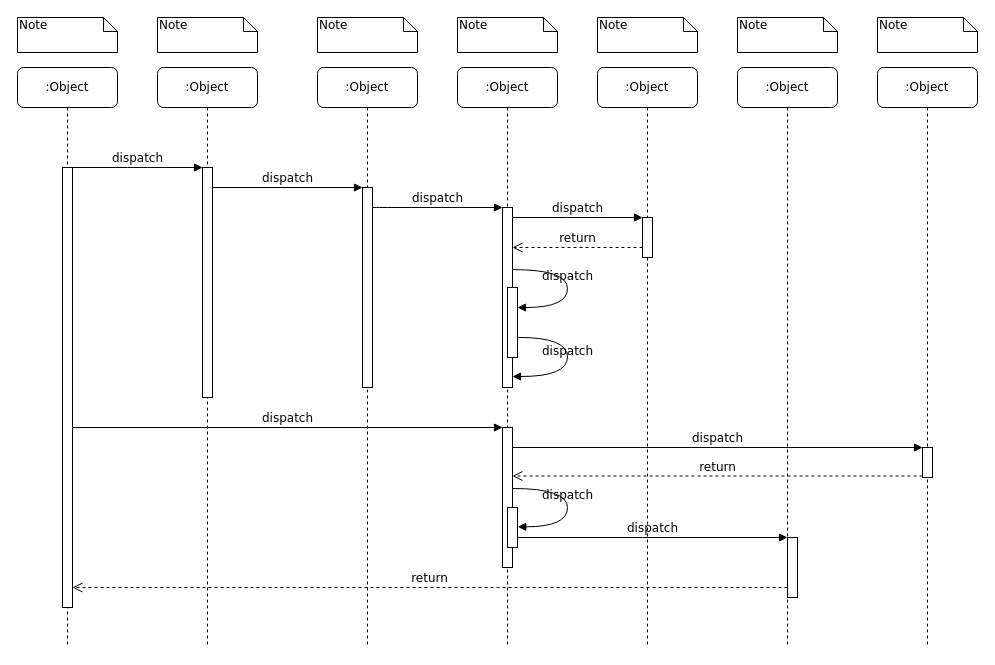
Above: Untitled Diagram.drawio in luyuandeng/drawio (draw.io), before the change. Source tidied: cells renumbered, new cells numbered last; positions are measured from the earlier drawing's top-left corner, leaving out a move shared by most shapes. Both pictures are drawn from the tidied source at 100%, with x=0, y=0 at pixel (17, 17).
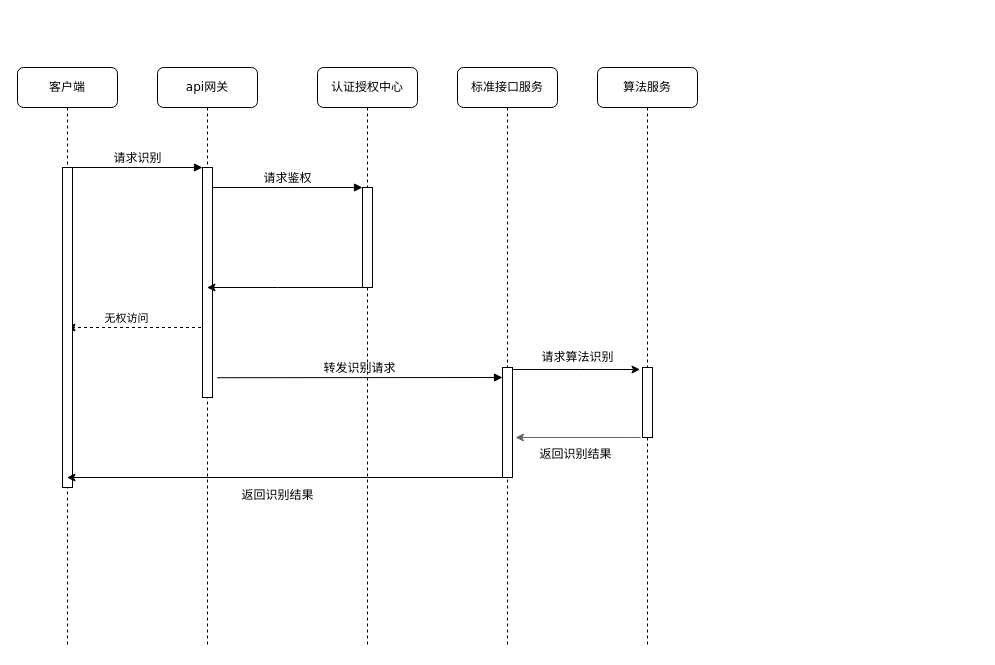
The same page after the edit.

The change refers to these unchanged cells:
```xml
<mxCell id="3" style="html=1;points=[];perimeter=orthogonalPerimeter;rounded=0;shadow=0;comic=0;labelBackgroundColor=none;strokeWidth=1;fontFamily=Verdana;fontSize=12;align=center;" parent="2" vertex="1">
  <mxGeometry x="45" y="100" width="10" height="230" as="geometry" />
</mxCell>
```

Change to the diagram source:
```diff
@@
+    <mxCell id="39" style="edgeStyle=orthogonalEdgeStyle;rounded=0;jettySize=auto;html=1;dashed=1;" parent="1" edge="1" source="2" target="10">
+      <mxGeometry relative="1" as="geometry">
+        <Array as="points">
+          <mxPoint x="130" y="310" />
+          <mxPoint x="130" y="310" />
+        </Array>
+      </mxGeometry>
+    </mxCell>
+    <mxCell id="40" value="无权访问" style="edgeLabel;html=1;align=center;verticalAlign=middle;" parent="39" vertex="1">
+      <mxGeometry x="0.15" y="-4" relative="1" as="geometry">
+        <mxPoint y="-6" as="offset" />
+      </mxGeometry>
+    </mxCell>
-    <mxCell id="2" value=":Object" style="shape=umlLifeline;perimeter=lifelinePerimeter;whiteSpace=wrap;html=1;outlineConnect=0;rounded=1;shadow=0;comic=0;labelBackgroundColor=none;strokeWidth=1;fontFamily=Verdana;fontSize=12;align=center;" parent="1" vertex="1">
+    <mxCell id="2" value="api网关" style="shape=umlLifeline;perimeter=lifelinePerimeter;whiteSpace=wrap;html=1;outlineConnect=0;rounded=1;shadow=0;comic=0;labelBackgroundColor=none;strokeWidth=1;fontFamily=Verdana;fontSize=12;align=center;" parent="1" vertex="1">
       <mxGeometry x="140" y="50" width="100" height="580" as="geometry" />
     </mxCell>
@@
-    <mxCell id="4" value=":Object" style="shape=umlLifeline;perimeter=lifelinePerimeter;whiteSpace=wrap;html=1;rounded=1;shadow=0;comic=0;labelBackgroundColor=none;strokeWidth=1;fontFamily=Verdana;fontSize=12;align=center;" parent="1" vertex="1">
+    <mxCell id="4" value="认证授权中心" style="shape=umlLifeline;perimeter=lifelinePerimeter;whiteSpace=wrap;html=1;rounded=1;shadow=0;comic=0;labelBackgroundColor=none;strokeWidth=1;fontFamily=Verdana;fontSize=12;align=center;" parent="1" vertex="1">
       <mxGeometry x="300" y="50" width="100" height="580" as="geometry" />
     </mxCell>
     <mxCell id="5" style="html=1;points=[];perimeter=orthogonalPerimeter;rounded=0;shadow=0;comic=0;labelBackgroundColor=none;strokeWidth=1;fontFamily=Verdana;fontSize=12;align=center;" parent="4" vertex="1">
-      <mxGeometry x="45" y="120" width="10" height="200" as="geometry" />
+      <mxGeometry x="45" y="120" width="10" height="100" as="geometry" />
     </mxCell>
-    <mxCell id="6" value=":Object" style="shape=umlLifeline;perimeter=lifelinePerimeter;whiteSpace=wrap;html=1;rounded=1;shadow=0;comic=0;labelBackgroundColor=none;strokeWidth=1;fontFamily=Verdana;fontSize=12;align=center;" parent="1" vertex="1">
+    <mxCell id="6" value="标准接口服务" style="shape=umlLifeline;perimeter=lifelinePerimeter;whiteSpace=wrap;html=1;rounded=1;shadow=0;comic=0;labelBackgroundColor=none;strokeWidth=1;fontFamily=Verdana;fontSize=12;align=center;" parent="1" vertex="1">
       <mxGeometry x="440" y="50" width="100" height="580" as="geometry" />
     </mxCell>
-    <mxCell id="7" value=":Object" style="shape=umlLifeline;perimeter=lifelinePerimeter;whiteSpace=wrap;html=1;rounded=1;shadow=0;comic=0;labelBackgroundColor=none;strokeWidth=1;fontFamily=Verdana;fontSize=12;align=center;" parent="1" vertex="1">
+    <mxCell id="7" value="算法服务" style="shape=umlLifeline;perimeter=lifelinePerimeter;whiteSpace=wrap;html=1;rounded=1;shadow=0;comic=0;labelBackgroundColor=none;strokeWidth=1;fontFamily=Verdana;fontSize=12;align=center;" parent="1" vertex="1">
       <mxGeometry x="580" y="50" width="100" height="580" as="geometry" />
     </mxCell>
-    <mxCell id="8" value=":Object" style="shape=umlLifeline;perimeter=lifelinePerimeter;whiteSpace=wrap;html=1;rounded=1;shadow=0;comic=0;labelBackgroundColor=none;strokeWidth=1;fontFamily=Verdana;fontSize=12;align=center;" parent="1" vertex="1">
-      <mxGeometry x="720" y="50" width="100" height="580" as="geometry" />
-    </mxCell>
-    <mxCell id="9" value=":Object" style="shape=umlLifeline;perimeter=lifelinePerimeter;whiteSpace=wrap;html=1;rounded=1;shadow=0;comic=0;labelBackgroundColor=none;strokeWidth=1;fontFamily=Verdana;fontSize=12;align=center;" parent="1" vertex="1">
-      <mxGeometry x="860" y="50" width="100" height="580" as="geometry" />
-    </mxCell>
-    <mxCell id="10" value=":Object" style="shape=umlLifeline;perimeter=lifelinePerimeter;whiteSpace=wrap;html=1;outlineConnect=0;rounded=1;shadow=0;comic=0;labelBackgroundColor=none;strokeWidth=1;fontFamily=Verdana;fontSize=12;align=center;" parent="1" vertex="1">
+    <mxCell id="10" value="客户端" style="shape=umlLifeline;perimeter=lifelinePerimeter;whiteSpace=wrap;html=1;outlineConnect=0;rounded=1;shadow=0;comic=0;labelBackgroundColor=none;strokeWidth=1;fontFamily=Verdana;fontSize=12;align=center;" parent="1" vertex="1">
       <mxGeometry y="50" width="100" height="580" as="geometry" />
     </mxCell>
     <mxCell id="11" style="html=1;points=[];perimeter=orthogonalPerimeter;rounded=0;shadow=0;comic=0;labelBackgroundColor=none;strokeWidth=1;fontFamily=Verdana;fontSize=12;align=center;" parent="10" vertex="1">
-      <mxGeometry x="45" y="100" width="10" height="440" as="geometry" />
+      <mxGeometry x="45" y="100" width="10" height="320" as="geometry" />
     </mxCell>
+    <mxCell id="41" style="edgeStyle=orthogonalEdgeStyle;rounded=0;orthogonalLoop=1;jettySize=auto;html=1;" parent="1" edge="1">
+      <mxGeometry relative="1" as="geometry">
+        <mxPoint x="493" y="352" as="sourcePoint" />
+        <mxPoint x="622.5" y="352" as="targetPoint" />
+        <Array as="points">
+          <mxPoint x="563" y="352" />
+          <mxPoint x="563" y="352" />
+        </Array>
+      </mxGeometry>
+    </mxCell>
+    <mxCell id="42" style="edgeStyle=orthogonalEdgeStyle;rounded=0;jettySize=auto;html=1;" parent="1" edge="1" source="12" target="10">
+      <mxGeometry relative="1" as="geometry">
+        <Array as="points">
+          <mxPoint x="350" y="460" />
+          <mxPoint x="350" y="460" />
+        </Array>
+      </mxGeometry>
+    </mxCell>
     <mxCell id="12" style="html=1;points=[];perimeter=orthogonalPerimeter;rounded=0;shadow=0;comic=0;labelBackgroundColor=none;strokeWidth=1;fontFamily=Verdana;fontSize=12;align=center;" parent="1" vertex="1">
-      <mxGeometry x="485" y="190" width="10" height="180" as="geometry" />
+      <mxGeometry x="485" y="350" width="10" height="110" as="geometry" />
     </mxCell>
-    <mxCell id="13" value="dispatch" style="html=1;verticalAlign=bottom;endArrow=block;labelBackgroundColor=none;fontFamily=Verdana;fontSize=12;edgeStyle=elbowEdgeStyle;elbow=vertical;" parent="1" edge="1" source="5" target="12">
+    <mxCell id="13" value="转发识别请求" style="html=1;verticalAlign=bottom;endArrow=block;labelBackgroundColor=none;fontFamily=Verdana;fontSize=12;edgeStyle=elbowEdgeStyle;elbow=vertical;exitX=1.46;exitY=0.914;exitDx=0;exitDy=0;exitPerimeter=0;" parent="1" edge="1" source="3" target="12">
       <mxGeometry relative="1" as="geometry">
         <Array as="points">
+          <mxPoint x="200" y="360" />
+          <mxPoint x="280" y="370" />
+          <mxPoint x="300" y="340" />
+          <mxPoint x="190" y="340" />
           <mxPoint x="360" y="190" />
         </Array>
       </mxGeometry>
     </mxCell>
+    <mxCell id="43" style="edgeStyle=orthogonalEdgeStyle;rounded=0;orthogonalLoop=1;jettySize=auto;html=1;fillColor=#f5f5f5;strokeColor=#666666;" parent="1" edge="1">
+      <mxGeometry relative="1" as="geometry">
+        <mxPoint x="623" y="420" as="sourcePoint" />
+        <mxPoint x="498" y="420" as="targetPoint" />
+        <Array as="points">
+          <mxPoint x="608" y="420" />
+          <mxPoint x="608" y="420" />
+        </Array>
+      </mxGeometry>
+    </mxCell>
     <mxCell id="14" style="html=1;points=[];perimeter=orthogonalPerimeter;rounded=0;shadow=0;comic=0;labelBackgroundColor=none;strokeWidth=1;fontFamily=Verdana;fontSize=12;align=center;" parent="1" vertex="1">
-      <mxGeometry x="625" y="200" width="10" height="40" as="geometry" />
+      <mxGeometry x="625" y="350" width="10" height="70" as="geometry" />
     </mxCell>
-    <mxCell id="15" value="dispatch" style="html=1;verticalAlign=bottom;endArrow=block;entryX=0;entryY=0;labelBackgroundColor=none;fontFamily=Verdana;fontSize=12;edgeStyle=elbowEdgeStyle;elbow=vertical;" parent="1" edge="1" source="12" target="14">
-      <mxGeometry relative="1" as="geometry" />
-    </mxCell>
-    <mxCell id="16" value="return" style="html=1;verticalAlign=bottom;endArrow=open;dashed=1;endSize=8;labelBackgroundColor=none;fontFamily=Verdana;fontSize=12;edgeStyle=elbowEdgeStyle;elbow=vertical;" parent="1" edge="1" source="14" target="12">
-      <mxGeometry relative="1" as="geometry">
-        <Array as="points">
-          <mxPoint x="570" y="230" />
-          <mxPoint x="600" y="230" />
-        </Array>
-      </mxGeometry>
-    </mxCell>
-    <mxCell id="17" style="html=1;points=[];perimeter=orthogonalPerimeter;rounded=0;shadow=0;comic=0;labelBackgroundColor=none;strokeWidth=1;fontFamily=Verdana;fontSize=12;align=center;" parent="1" vertex="1">
-      <mxGeometry x="485" y="410" width="10" height="140" as="geometry" />
-    </mxCell>
-    <mxCell id="18" value="dispatch" style="html=1;verticalAlign=bottom;endArrow=block;entryX=0;entryY=0;labelBackgroundColor=none;fontFamily=Verdana;fontSize=12;" parent="1" edge="1" source="11" target="17">
-      <mxGeometry relative="1" as="geometry" />
-    </mxCell>
-    <mxCell id="19" style="html=1;points=[];perimeter=orthogonalPerimeter;rounded=0;shadow=0;comic=0;labelBackgroundColor=none;strokeColor=#000000;strokeWidth=1;fillColor=#FFFFFF;fontFamily=Verdana;fontSize=12;fontColor=#000000;align=center;" parent="1" vertex="1">
-      <mxGeometry x="905" y="430" width="10" height="30" as="geometry" />
-    </mxCell>
-    <mxCell id="20" value="dispatch" style="html=1;verticalAlign=bottom;endArrow=block;entryX=0;entryY=0;labelBackgroundColor=none;fontFamily=Verdana;fontSize=12;" parent="1" edge="1" source="17" target="19">
-      <mxGeometry relative="1" as="geometry" />
-    </mxCell>
-    <mxCell id="21" value="return" style="html=1;verticalAlign=bottom;endArrow=open;dashed=1;endSize=8;exitX=0;exitY=0.95;labelBackgroundColor=none;fontFamily=Verdana;fontSize=12;" parent="1" edge="1" source="19" target="17">
-      <mxGeometry relative="1" as="geometry" />
-    </mxCell>
-    <mxCell id="22" style="html=1;points=[];perimeter=orthogonalPerimeter;rounded=0;shadow=0;comic=0;labelBackgroundColor=none;strokeWidth=1;fontFamily=Verdana;fontSize=12;align=center;" parent="1" vertex="1">
-      <mxGeometry x="770" y="520" width="10" height="60" as="geometry" />
-    </mxCell>
-    <mxCell id="23" value="dispatch" style="html=1;verticalAlign=bottom;endArrow=block;entryX=0;entryY=0;labelBackgroundColor=none;fontFamily=Verdana;fontSize=12;edgeStyle=elbowEdgeStyle;elbow=vertical;" parent="1" edge="1" source="30" target="22">
-      <mxGeometry relative="1" as="geometry" />
-    </mxCell>
-    <mxCell id="24" value="return" style="html=1;verticalAlign=bottom;endArrow=open;dashed=1;endSize=8;labelBackgroundColor=none;fontFamily=Verdana;fontSize=12;edgeStyle=elbowEdgeStyle;elbow=vertical;" parent="1" edge="1" source="22" target="11">
-      <mxGeometry relative="1" as="geometry">
-        <Array as="points">
-          <mxPoint x="470" y="570" />
-        </Array>
-      </mxGeometry>
-    </mxCell>
-    <mxCell id="25" value="dispatch" style="html=1;verticalAlign=bottom;endArrow=block;entryX=0;entryY=0;labelBackgroundColor=none;fontFamily=Verdana;fontSize=12;edgeStyle=elbowEdgeStyle;elbow=vertical;" parent="1" edge="1" source="11" target="3">
+    <mxCell id="25" value="请求识别" style="html=1;verticalAlign=bottom;endArrow=block;entryX=0;entryY=0;labelBackgroundColor=none;fontFamily=Verdana;fontSize=12;edgeStyle=elbowEdgeStyle;elbow=vertical;" parent="1" edge="1" source="11" target="3">
       <mxGeometry relative="1" as="geometry" />
     </mxCell>
-    <mxCell id="26" value="dispatch" style="html=1;verticalAlign=bottom;endArrow=block;entryX=0;entryY=0;labelBackgroundColor=none;fontFamily=Verdana;fontSize=12;edgeStyle=elbowEdgeStyle;elbow=vertical;" parent="1" edge="1" source="3" target="5">
+    <mxCell id="26" value="请求鉴权" style="html=1;verticalAlign=bottom;endArrow=block;entryX=0;entryY=0;labelBackgroundColor=none;fontFamily=Verdana;fontSize=12;edgeStyle=elbowEdgeStyle;elbow=vertical;" parent="1" edge="1" source="3" target="5">
       <mxGeometry relative="1" as="geometry" />
     </mxCell>
-    <mxCell id="27" style="html=1;points=[];perimeter=orthogonalPerimeter;rounded=0;shadow=0;comic=0;labelBackgroundColor=none;strokeWidth=1;fontFamily=Verdana;fontSize=12;align=center;" parent="1" vertex="1">
-      <mxGeometry x="490" y="270" width="10" height="70" as="geometry" />
-    </mxCell>
-    <mxCell id="28" value="dispatch" style="html=1;verticalAlign=bottom;endArrow=block;labelBackgroundColor=none;fontFamily=Verdana;fontSize=12;elbow=vertical;edgeStyle=orthogonalEdgeStyle;curved=1;entryX=1;entryY=0.286;entryPerimeter=0;exitX=1.038;exitY=0.345;exitPerimeter=0;" parent="1" edge="1" source="12" target="27">
-      <mxGeometry relative="1" as="geometry">
-        <Array as="points">
-          <mxPoint x="550" y="252" />
-          <mxPoint x="550" y="290" />
-        </Array>
-      </mxGeometry>
-    </mxCell>
-    <mxCell id="29" value="dispatch" style="html=1;verticalAlign=bottom;endArrow=block;labelBackgroundColor=none;fontFamily=Verdana;fontSize=12;elbow=vertical;edgeStyle=orthogonalEdgeStyle;curved=1;exitX=1.066;exitY=0.713;exitPerimeter=0;" parent="1" edge="1" source="27">
-      <mxGeometry relative="1" as="geometry">
-        <mxPoint x="495" y="359" as="targetPoint" />
-        <Array as="points">
-          <mxPoint x="550" y="320" />
-          <mxPoint x="550" y="359" />
-        </Array>
-      </mxGeometry>
-    </mxCell>
-    <mxCell id="30" style="html=1;points=[];perimeter=orthogonalPerimeter;rounded=0;shadow=0;comic=0;labelBackgroundColor=none;strokeWidth=1;fontFamily=Verdana;fontSize=12;align=center;" parent="1" vertex="1">
-      <mxGeometry x="490" y="490" width="10" height="40" as="geometry" />
-    </mxCell>
-    <mxCell id="31" value="dispatch" style="html=1;verticalAlign=bottom;endArrow=block;labelBackgroundColor=none;fontFamily=Verdana;fontSize=12;elbow=vertical;edgeStyle=orthogonalEdgeStyle;curved=1;entryX=1;entryY=0.286;entryPerimeter=0;exitX=1.038;exitY=0.345;exitPerimeter=0;" parent="1" edge="1">
-      <mxGeometry relative="1" as="geometry">
-        <mxPoint x="495.3" y="471" as="sourcePoint" />
-        <mxPoint x="500.3" y="509.3" as="targetPoint" />
-        <Array as="points">
-          <mxPoint x="550" y="471" />
-          <mxPoint x="550" y="509" />
-        </Array>
-      </mxGeometry>
-    </mxCell>
-    <mxCell id="32" value="Note" style="shape=note;whiteSpace=wrap;html=1;size=14;verticalAlign=top;align=left;spacingTop=-6;rounded=0;shadow=0;comic=0;labelBackgroundColor=none;strokeWidth=1;fontFamily=Verdana;fontSize=12;" parent="1" vertex="1">
-      <mxGeometry width="100" height="35" as="geometry" />
-    </mxCell>
-    <mxCell id="33" value="Note" style="shape=note;whiteSpace=wrap;html=1;size=14;verticalAlign=top;align=left;spacingTop=-6;rounded=0;shadow=0;comic=0;labelBackgroundColor=none;strokeWidth=1;fontFamily=Verdana;fontSize=12;" parent="1" vertex="1">
-      <mxGeometry x="140" width="100" height="35" as="geometry" />
-    </mxCell>
-    <mxCell id="34" value="Note" style="shape=note;whiteSpace=wrap;html=1;size=14;verticalAlign=top;align=left;spacingTop=-6;rounded=0;shadow=0;comic=0;labelBackgroundColor=none;strokeWidth=1;fontFamily=Verdana;fontSize=12;" parent="1" vertex="1">
-      <mxGeometry x="300" width="100" height="35" as="geometry" />
-    </mxCell>
-    <mxCell id="35" value="Note" style="shape=note;whiteSpace=wrap;html=1;size=14;verticalAlign=top;align=left;spacingTop=-6;rounded=0;shadow=0;comic=0;labelBackgroundColor=none;strokeWidth=1;fontFamily=Verdana;fontSize=12;" parent="1" vertex="1">
-      <mxGeometry x="440" width="100" height="35" as="geometry" />
-    </mxCell>
-    <mxCell id="36" value="Note" style="shape=note;whiteSpace=wrap;html=1;size=14;verticalAlign=top;align=left;spacingTop=-6;rounded=0;shadow=0;comic=0;labelBackgroundColor=none;strokeWidth=1;fontFamily=Verdana;fontSize=12;" parent="1" vertex="1">
-      <mxGeometry x="580" width="100" height="35" as="geometry" />
-    </mxCell>
-    <mxCell id="37" value="Note" style="shape=note;whiteSpace=wrap;html=1;size=14;verticalAlign=top;align=left;spacingTop=-6;rounded=0;shadow=0;comic=0;labelBackgroundColor=none;strokeWidth=1;fontFamily=Verdana;fontSize=12;" parent="1" vertex="1">
-      <mxGeometry x="720" width="100" height="35" as="geometry" />
-    </mxCell>
-    <mxCell id="38" value="Note" style="shape=note;whiteSpace=wrap;html=1;size=14;verticalAlign=top;align=left;spacingTop=-6;rounded=0;shadow=0;comic=0;labelBackgroundColor=none;strokeWidth=1;fontFamily=Verdana;fontSize=12;" parent="1" vertex="1">
-      <mxGeometry x="860" width="100" height="35" as="geometry" />
-    </mxCell>
+    <mxCell id="44" style="edgeStyle=orthogonalEdgeStyle;rounded=0;jettySize=auto;html=1;" parent="1" edge="1" source="5" target="2">
+      <mxGeometry relative="1" as="geometry">
+        <Array as="points">
+          <mxPoint x="260" y="270" />
+          <mxPoint x="260" y="270" />
+        </Array>
+      </mxGeometry>
+    </mxCell>
+    <mxCell id="45" value="请求算法识别" style="text;html=1;align=center;verticalAlign=middle;" parent="1" vertex="1">
+      <mxGeometry x="515" y="330" width="90" height="20" as="geometry" />
+    </mxCell>
+    <mxCell id="46" value="返回识别结果" style="text;html=1;align=center;verticalAlign=middle;" parent="1" vertex="1">
+      <mxGeometry x="513" y="427" width="90" height="20" as="geometry" />
+    </mxCell>
+    <mxCell id="47" value="返回识别结果" style="text;html=1;align=center;verticalAlign=middle;" parent="1" vertex="1">
+      <mxGeometry x="215" y="468" width="90" height="20" as="geometry" />
+    </mxCell>
```
